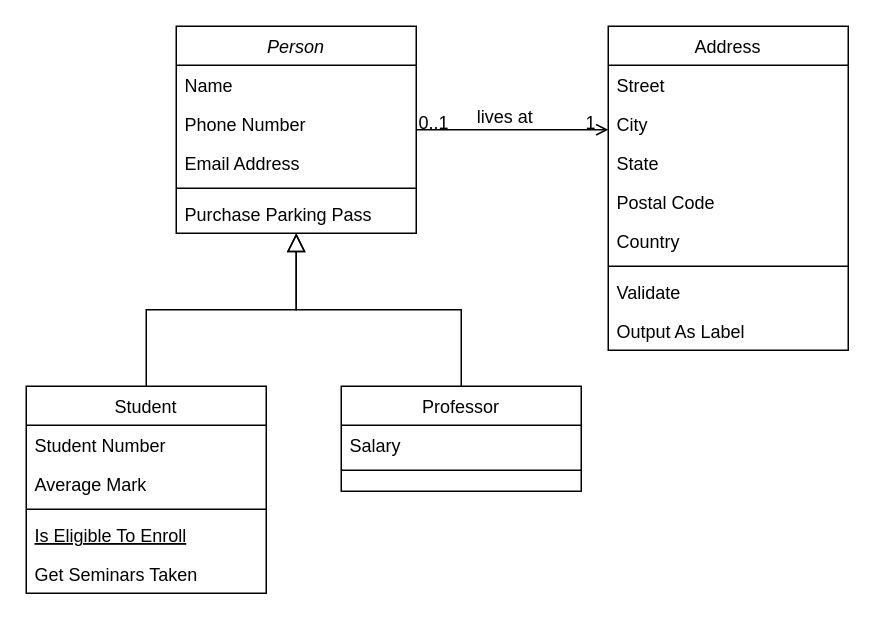
The draw.io diagram diag.drawio in AlaMdalla/alagit, before the edit. Source tidied: cells renumbered, new cells numbered last; positions are measured from the earlier drawing's top-left corner, leaving out a move shared by most shapes. Both pictures are drawn from the tidied source at 150%, with x=0, y=0 at pixel (26, 26).
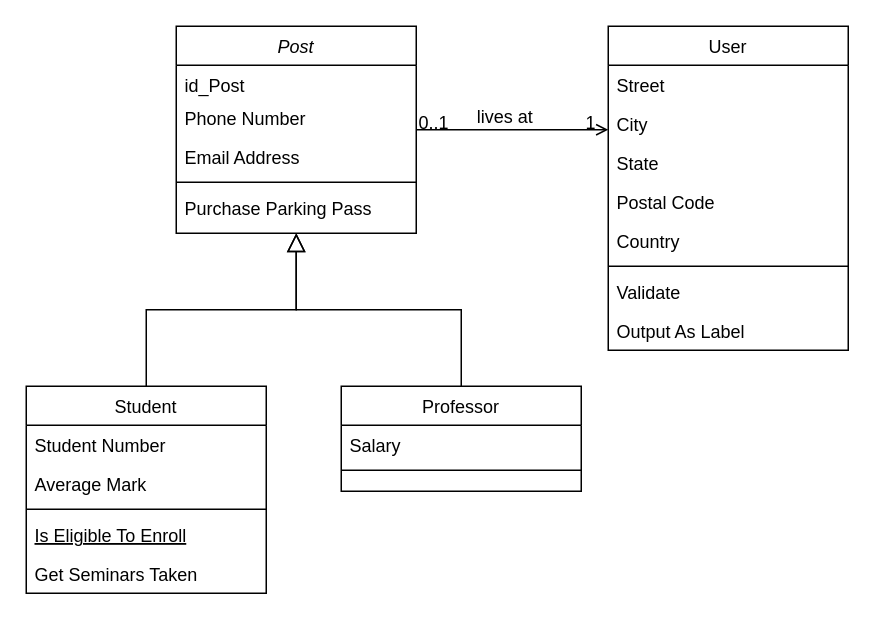
The same page after the edit.

Commit message:
Mettre à jour diag.drawio

The edit, as a diff of the source:
```diff
@@
-    <mxCell id="2" value="Person" style="swimlane;fontStyle=2;align=center;verticalAlign=top;horizontal=1;startSize=26;rounded=0;shadow=0;strokeWidth=1;" parent="1" vertex="1">
+    <mxCell id="2" value="Post" style="swimlane;fontStyle=2;align=center;verticalAlign=top;horizontal=1;startSize=26;rounded=0;shadow=0;strokeWidth=1;" parent="1" vertex="1">
       <mxGeometry x="100" width="160" height="138" as="geometry" />
     </mxCell>
-    <mxCell id="3" value="Name" style="text;align=left;verticalAlign=top;spacingLeft=4;spacingRight=4;overflow=hidden;" parent="2" vertex="1">
-      <mxGeometry y="26" width="160" height="26" as="geometry" />
+    <mxCell id="3" value="id_Post" style="text;align=left;verticalAlign=top;spacingLeft=4;spacingRight=4;overflow=hidden;" parent="2" vertex="1">
+      <mxGeometry y="26" width="160" height="22" as="geometry" />
     </mxCell>
     <mxCell id="4" value="Phone Number" style="text;align=left;verticalAlign=top;spacingLeft=4;spacingRight=4;overflow=hidden;rounded=0;shadow=0;html=0;" parent="2" vertex="1">
-      <mxGeometry y="52" width="160" height="26" as="geometry" />
+      <mxGeometry y="48" width="160" height="26" as="geometry" />
     </mxCell>
     <mxCell id="5" value="Email Address" style="text;align=left;verticalAlign=top;spacingLeft=4;spacingRight=4;overflow=hidden;rounded=0;shadow=0;html=0;" parent="2" vertex="1">
-      <mxGeometry y="78" width="160" height="26" as="geometry" />
+      <mxGeometry y="74" width="160" height="26" as="geometry" />
     </mxCell>
     <mxCell id="6" style="line;html=1;strokeWidth=1;align=left;verticalAlign=middle;spacingTop=-1;spacingLeft=3;spacingRight=3;labelPosition=right;" parent="2" vertex="1">
-      <mxGeometry y="104" width="160" height="8" as="geometry" />
+      <mxGeometry y="100" width="160" height="8" as="geometry" />
     </mxCell>
     <mxCell id="7" value="Purchase Parking Pass" style="text;align=left;verticalAlign=top;spacingLeft=4;spacingRight=4;overflow=hidden;" parent="2" vertex="1">
-      <mxGeometry y="112" width="160" height="26" as="geometry" />
+      <mxGeometry y="108" width="160" height="26" as="geometry" />
     </mxCell>
@@
-    <mxCell id="19" value="Address" style="swimlane;fontStyle=0;align=center;verticalAlign=top;horizontal=1;startSize=26;rounded=0;shadow=0;strokeWidth=1;" parent="1" vertex="1">
+    <mxCell id="19" value="User" style="swimlane;fontStyle=0;align=center;verticalAlign=top;horizontal=1;startSize=26;rounded=0;shadow=0;strokeWidth=1;" parent="1" vertex="1">
       <mxGeometry x="388" width="160" height="216" as="geometry" />
     </mxCell>
```
